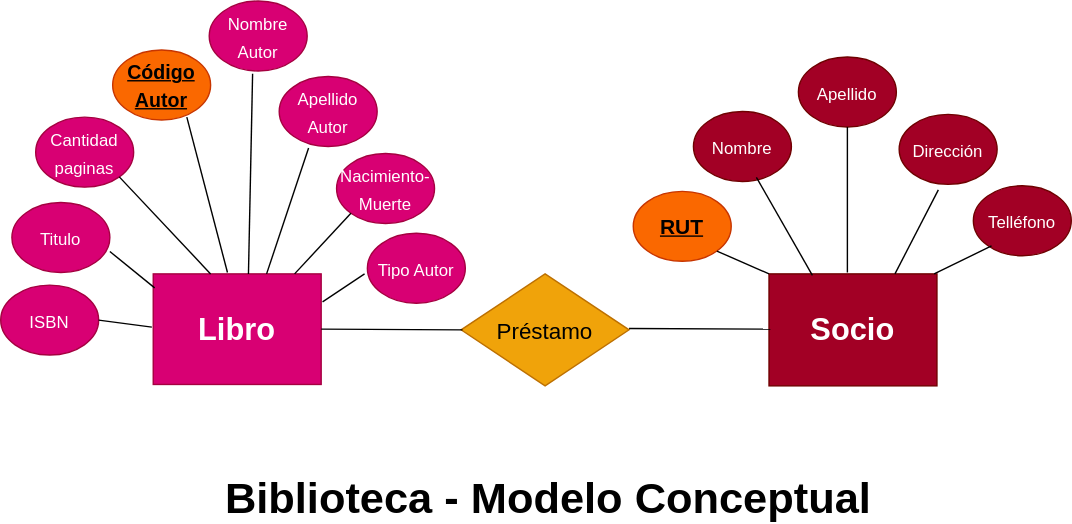
Above: Modelo_conceptual.drawio.svg in marcelomolinamartinez/prueba_biblioteca (draw.io), before the change. Source tidied: cells renumbered, new cells last; positions are measured from the earlier drawing's top-left corner, leaving out a move shared by most shapes.
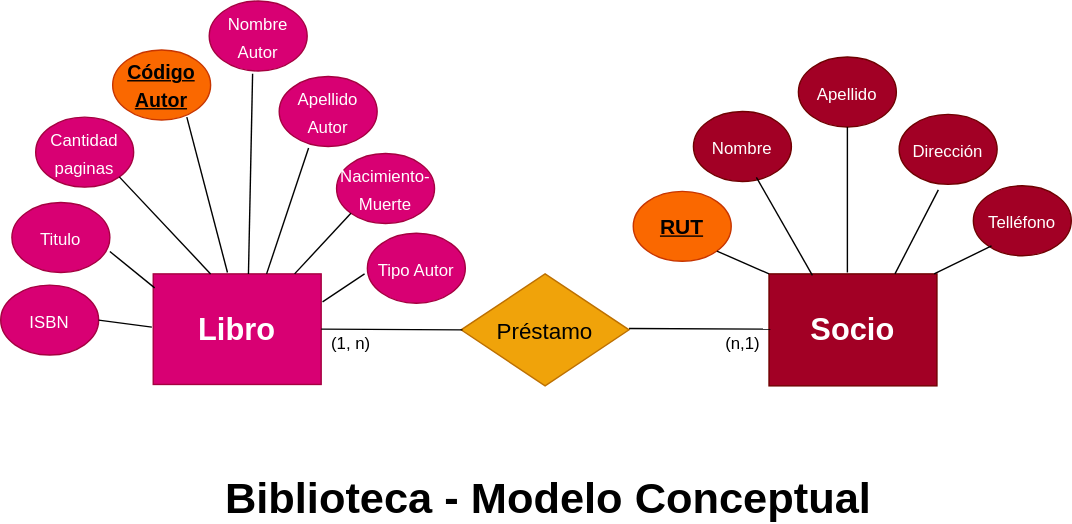
The same file after the commit.

What changed in the source:
```diff
@@ -143,5 +143,11 @@
     <mxCell id="34" value="&lt;font style=&quot;font-size: 31px&quot;&gt;&lt;b&gt;Biblioteca - Modelo Conceptual&lt;/b&gt;&lt;/font&gt;" style="text;html=1;align=center;verticalAlign=middle;strokeColor=none;fillColor=none;fontSize=12;" parent="1" vertex="1">
       <mxGeometry x="151" y="340" width="480" height="30" as="geometry" />
     </mxCell>
+    <mxCell id="35" value="(1, n)" style="text;html=1;align=center;verticalAlign=middle;strokeColor=none;fillColor=none;" parent="1" vertex="1">
+      <mxGeometry x="230" y="235" width="40" height="20" as="geometry" />
+    </mxCell>
+    <mxCell id="36" value="(n,1)" style="text;html=1;align=center;verticalAlign=middle;strokeColor=none;fillColor=none;" parent="1" vertex="1">
+      <mxGeometry x="510" y="235" width="40" height="20" as="geometry" />
+    </mxCell>
   </root>
 </mxGraphModel>
```
